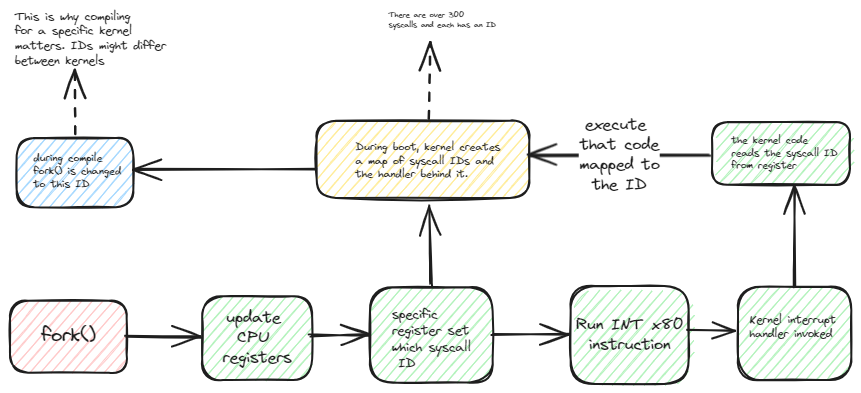
swaroopar/inprogress-engineer keeps this Excalidraw diagram as static/img/syscall-execution.excalidraw.png. Above is the earlier version. Source tidied: one line per element, renumbered; positions are measured from the earlier drawing's top-left corner, leaving out a move shared by most shapes.
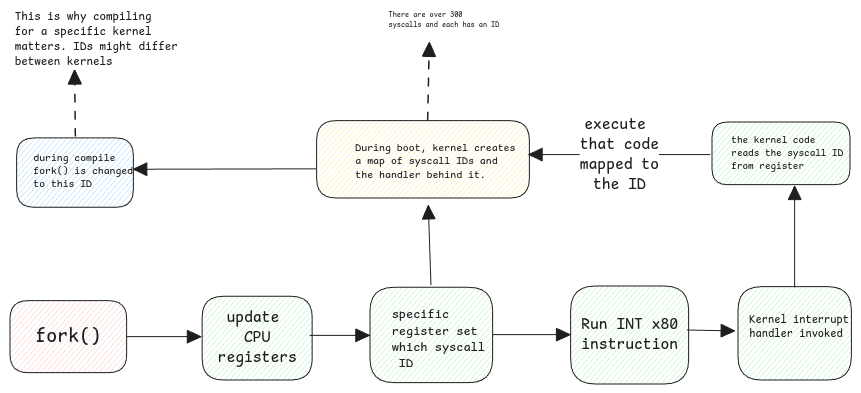
After the commit.

What changed in the source:
```diff
@@ -1,29 +1,29 @@
-{"id": 0, "type": "rectangle", "strokeColor": "#1e1e1e", "backgroundColor": "#ffc9c9", "fillStyle": "hachure", "strokeWidth": 2, "roughness": 1, "round": true, "x": 0, "y": 291, "width": 117, "height": 72}
+{"id": 0, "type": "rectangle", "strokeColor": "#1e1e1e", "backgroundColor": "#ffc9c9", "fillStyle": "hachure", "strokeWidth": 1, "roughness": 0, "round": true, "x": 0, "y": 291, "width": 117, "height": 72}
-{"id": 1, "type": "text", "text": "fork()", "strokeColor": "#1e1e1e", "strokeWidth": 2, "roughness": 1, "fontSize": 20, "fontFamily": 1, "textAlign": "center", "verticalAlign": "middle", "inside": 0, "x": 31, "y": 314, "width": 54, "height": 25}
+{"id": 1, "type": "text", "text": "fork()", "strokeColor": "#1e1e1e", "strokeWidth": 2, "roughness": 1, "fontSize": 20, "fontFamily": 8, "textAlign": "center", "verticalAlign": "middle", "inside": 0, "x": 25, "y": 314, "width": 66, "height": 25}
-{"id": 2, "type": "arrow", "strokeColor": "#1e1e1e", "strokeWidth": 2, "roughness": 1, "endArrowhead": "arrow", "round": true, "to": 3, "x": 117, "y": 327, "width": 74, "height": 0, "points": [[0, 0], [74, 0]]}
+{"id": 2, "type": "arrow", "strokeColor": "#1e1e1e", "strokeWidth": 1, "roughness": 0, "endArrowhead": "triangle", "round": true, "to": 3, "x": 117, "y": 327, "width": 74, "height": 0, "points": [[0, 0], [74, 0]]}
-{"id": 3, "type": "rectangle", "strokeColor": "#1e1e1e", "backgroundColor": "#b2f2bb", "fillStyle": "hachure", "strokeWidth": 2, "roughness": 1, "round": true, "x": 192, "y": 286, "width": 110, "height": 84}
+{"id": 3, "type": "rectangle", "strokeColor": "#1e1e1e", "backgroundColor": "#b2f2bb", "fillStyle": "hachure", "strokeWidth": 1, "roughness": 0, "round": true, "x": 192, "y": 286, "width": 110, "height": 84}
-{"id": 4, "type": "text", "text": "update \nCPU \nregisters", "strokeColor": "#1e1e1e", "strokeWidth": 2, "roughness": 1, "fontSize": 16, "fontFamily": 1, "textAlign": "center", "verticalAlign": "middle", "inside": 3, "x": 213, "y": 298, "width": 69, "height": 60}
+{"id": 4, "type": "text", "text": "update \nCPU\nregisters", "strokeColor": "#1e1e1e", "strokeWidth": 2, "roughness": 1, "fontSize": 16, "fontFamily": 8, "textAlign": "center", "verticalAlign": "middle", "inside": 3, "x": 208, "y": 298, "width": 79, "height": 60}
-{"id": 5, "type": "rectangle", "strokeColor": "#1e1e1e", "backgroundColor": "#b2f2bb", "fillStyle": "hachure", "strokeWidth": 2, "roughness": 1, "round": true, "x": 360, "y": 277, "width": 123, "height": 95}
+{"id": 5, "type": "rectangle", "strokeColor": "#1e1e1e", "backgroundColor": "#b2f2bb", "fillStyle": "hachure", "strokeWidth": 1, "roughness": 0, "round": true, "x": 360, "y": 277, "width": 123, "height": 95}
-{"id": 6, "type": "text", "text": "specific \nregister set\nwhich syscall\n ID", "strokeColor": "#1e1e1e", "strokeWidth": 2, "roughness": 1, "fontSize": 13.07, "fontFamily": 1, "x": 382, "y": 297, "width": 79, "height": 65}
+{"id": 6, "type": "text", "text": "specific \nregister set\nwhich syscall\n ID", "strokeColor": "#1e1e1e", "strokeWidth": 1, "roughness": 0, "fontSize": 13.07, "fontFamily": 8, "x": 382, "y": 297, "width": 79, "height": 65}
-{"id": 7, "type": "rectangle", "strokeColor": "#1e1e1e", "backgroundColor": "#ffec99", "fillStyle": "hachure", "strokeWidth": 2, "roughness": 1, "round": true, "x": 307, "y": 111, "width": 213, "height": 77}
+{"id": 7, "type": "rectangle", "strokeColor": "#1e1e1e", "backgroundColor": "#ffec99", "fillStyle": "hachure", "strokeWidth": 1, "roughness": 0, "round": true, "x": 307, "y": 111, "width": 213, "height": 77}
-{"id": 8, "type": "text", "text": "During boot, kernel creates\na map of syscall IDs and \nthe handler behind it. ", "strokeColor": "#1e1e1e", "strokeWidth": 2, "roughness": 1, "fontSize": 10.79, "fontFamily": 1, "x": 345, "y": 131, "width": 145, "height": 40}
+{"id": 8, "type": "text", "text": "During boot, kernel creates\na map of syscall IDs and \nthe handler behind it. ", "strokeColor": "#1e1e1e", "strokeWidth": 1, "roughness": 0, "fontSize": 10.79, "fontFamily": 8, "x": 345, "y": 131, "width": 145, "height": 40}
-{"id": 9, "type": "arrow", "strokeColor": "#1e1e1e", "strokeWidth": 2, "roughness": 1, "endArrowhead": "arrow", "round": true, "from": 7, "x": 306, "y": 159, "width": 182, "height": 0, "points": [[0, 0], [-182, 0]]}
+{"id": 9, "type": "arrow", "strokeColor": "#1e1e1e", "strokeWidth": 1, "roughness": 0, "endArrowhead": "triangle", "round": true, "from": 7, "x": 306, "y": 159, "width": 182, "height": 0, "points": [[0, 0], [-182, 0]]}
-{"id": 10, "type": "rectangle", "strokeColor": "#1e1e1e", "backgroundColor": "#a5d8ff", "fillStyle": "hachure", "strokeWidth": 2, "roughness": 1, "round": true, "x": 7, "y": 128, "width": 117, "height": 69}
+{"id": 10, "type": "rectangle", "strokeColor": "#1e1e1e", "backgroundColor": "#a5d8ff", "fillStyle": "hachure", "strokeWidth": 1, "roughness": 0, "round": true, "x": 7, "y": 128, "width": 117, "height": 69}
-{"id": 11, "type": "text", "text": "during compile\nfork() is changed\nto this ID", "strokeColor": "#1e1e1e", "strokeWidth": 2, "roughness": 1, "fontSize": 10.67, "fontFamily": 1, "x": 23, "y": 141, "width": 88, "height": 40}
+{"id": 11, "type": "text", "text": "during compile\nfork() is changed\nto this ID", "strokeColor": "#1e1e1e", "strokeWidth": 1, "roughness": 0, "fontSize": 10.67, "fontFamily": 8, "x": 23, "y": 141, "width": 88, "height": 40}
-{"id": 12, "type": "arrow", "strokeColor": "#1e1e1e", "strokeWidth": 2, "roughness": 1, "endArrowhead": "arrow", "round": true, "from": 5, "to": 7, "x": 421, "y": 275, "width": 3, "height": 79, "points": [[0, 0], [-3, -79]]}
+{"id": 12, "type": "arrow", "strokeColor": "#1e1e1e", "strokeWidth": 1, "roughness": 0, "endArrowhead": "triangle", "round": true, "from": 5, "to": 7, "x": 421, "y": 275, "width": 3, "height": 79, "points": [[0, 0], [-3, -79]]}
-{"id": 13, "type": "arrow", "strokeColor": "#1e1e1e", "strokeWidth": 2, "strokeStyle": "dashed", "roughness": 1, "endArrowhead": "arrow", "round": true, "from": 7, "to": 14, "x": 418, "y": 109, "width": 2, "height": 76, "points": [[0, 0], [2, -76]]}
+{"id": 13, "type": "arrow", "strokeColor": "#1e1e1e", "strokeWidth": 1, "strokeStyle": "dashed", "roughness": 0, "endArrowhead": "triangle", "round": true, "from": 7, "to": 14, "x": 418, "y": 110, "width": 2, "height": 77, "points": [[0, 0], [2, -77]]}
-{"id": 14, "type": "text", "text": "There are over 300\nsyscalls and each has an ID", "strokeColor": "#1e1e1e", "strokeWidth": 2, "strokeStyle": "dashed", "roughness": 1, "fontSize": 7.47, "fontFamily": 1, "x": 379, "y": 1, "width": 107, "height": 19}
+{"id": 14, "type": "text", "text": "There are over 300\nsyscalls and each has an ID", "strokeColor": "#1e1e1e", "strokeWidth": 1, "strokeStyle": "dashed", "roughness": 0, "fontSize": 7.47, "fontFamily": 8, "x": 379, "y": 1, "width": 107, "height": 19}
-{"id": 15, "type": "arrow", "strokeColor": "#1e1e1e", "strokeWidth": 2, "strokeStyle": "dashed", "roughness": 1, "endArrowhead": "arrow", "round": true, "from": 10, "to": 16, "x": 65, "y": 125, "width": 1, "height": 64, "points": [[0, 0], [-1, -64]]}
+{"id": 15, "type": "arrow", "strokeColor": "#1e1e1e", "strokeWidth": 1, "strokeStyle": "dashed", "roughness": 0, "endArrowhead": "triangle", "round": true, "from": 10, "to": 16, "x": 65, "y": 126, "width": 1, "height": 66, "points": [[0, 0], [-1, -66]]}
-{"id": 16, "type": "text", "text": "This is why compiling\nfor a specific kernel \nmatters. IDs might differ\nbetween kernels", "strokeColor": "#1e1e1e", "strokeWidth": 2, "strokeStyle": "dashed", "roughness": 1, "fontSize": 11.87, "fontFamily": 1, "x": 5, "y": 0, "width": 151, "height": 59}
+{"id": 16, "type": "text", "text": "This is why compiling\nfor a specific kernel \nmatters. IDs might differ\nbetween kernels", "strokeColor": "#1e1e1e", "strokeWidth": 1, "strokeStyle": "dashed", "roughness": 0, "fontSize": 11.87, "fontFamily": 8, "x": 5, "y": 0, "width": 151, "height": 59}
-{"id": 17, "type": "arrow", "strokeColor": "#1e1e1e", "strokeWidth": 2, "roughness": 1, "endArrowhead": "arrow", "round": true, "to": 5, "x": 300, "y": 325, "width": 59, "height": 0, "points": [[0, 0], [59, 0]]}
+{"id": 17, "type": "arrow", "strokeColor": "#1e1e1e", "strokeWidth": 1, "roughness": 0, "endArrowhead": "triangle", "round": true, "to": 5, "x": 300, "y": 325, "width": 59, "height": 0, "points": [[0, 0], [59, 0]]}
-{"id": 18, "type": "rectangle", "strokeColor": "#1e1e1e", "backgroundColor": "#b2f2bb", "fillStyle": "hachure", "strokeWidth": 2, "roughness": 1, "round": true, "x": 561, "y": 276, "width": 118, "height": 98}
+{"id": 18, "type": "rectangle", "strokeColor": "#1e1e1e", "backgroundColor": "#b2f2bb", "fillStyle": "hachure", "strokeWidth": 1, "roughness": 0, "round": true, "x": 561, "y": 276, "width": 118, "height": 98}
-{"id": 19, "type": "text", "text": "Run INT x80\ninstruction", "strokeColor": "#1e1e1e", "strokeWidth": 2, "roughness": 1, "fontSize": 16, "fontFamily": 1, "textAlign": "center", "verticalAlign": "middle", "inside": 18, "x": 566, "y": 305, "width": 108, "height": 40}
+{"id": 19, "type": "text", "text": "Run INT x80\ninstruction", "strokeColor": "#1e1e1e", "strokeWidth": 2, "roughness": 1, "fontSize": 16, "fontFamily": 8, "textAlign": "center", "verticalAlign": "middle", "inside": 18, "x": 571, "y": 305, "width": 97, "height": 40}
-{"id": 20, "type": "arrow", "strokeColor": "#1e1e1e", "strokeWidth": 2, "roughness": 1, "endArrowhead": "arrow", "round": true, "to": 18, "x": 483, "y": 325, "width": 77, "height": 0, "points": [[0, 0], [77, 0]]}
+{"id": 20, "type": "arrow", "strokeColor": "#1e1e1e", "strokeWidth": 1, "roughness": 0, "endArrowhead": "triangle", "round": true, "to": 18, "x": 483, "y": 325, "width": 77, "height": 0, "points": [[0, 0], [77, 0]]}
-{"id": 21, "type": "arrow", "strokeColor": "#1e1e1e", "strokeWidth": 2, "roughness": 1, "endArrowhead": "arrow", "round": true, "to": 23, "x": 677, "y": 320, "width": 47, "height": 1, "points": [[0, 0], [47, 1]]}
+{"id": 21, "type": "arrow", "strokeColor": "#1e1e1e", "strokeWidth": 1, "roughness": 0, "endArrowhead": "triangle", "round": true, "to": 23, "x": 677, "y": 320, "width": 47, "height": 1, "points": [[0, 0], [47, 1]]}
-{"id": 22, "type": "rectangle", "strokeColor": "#1e1e1e", "backgroundColor": "#b2f2bb", "fillStyle": "hachure", "strokeWidth": 2, "roughness": 1, "round": true, "x": 728, "y": 277, "width": 113, "height": 93}
+{"id": 22, "type": "rectangle", "strokeColor": "#1e1e1e", "backgroundColor": "#b2f2bb", "fillStyle": "hachure", "strokeWidth": 1, "roughness": 0, "round": true, "x": 728, "y": 277, "width": 113, "height": 93}
-{"id": 23, "type": "text", "text": "Kernel interrupt \nhandler invoked", "strokeColor": "#1e1e1e", "strokeWidth": 2, "roughness": 1, "fontSize": 11.34, "fontFamily": 1, "x": 739, "y": 303, "width": 92, "height": 28}
+{"id": 23, "type": "text", "text": "Kernel interrupt \nhandler invoked", "strokeColor": "#1e1e1e", "strokeWidth": 1, "roughness": 0, "fontSize": 11.34, "fontFamily": 8, "x": 739, "y": 303, "width": 92, "height": 28}
-{"id": 24, "type": "rectangle", "strokeColor": "#1e1e1e", "backgroundColor": "#b2f2bb", "fillStyle": "hachure", "strokeWidth": 2, "roughness": 1, "round": true, "x": 702, "y": 112, "width": 138, "height": 63}
+{"id": 24, "type": "rectangle", "strokeColor": "#1e1e1e", "backgroundColor": "#b2f2bb", "fillStyle": "hachure", "strokeWidth": 1, "roughness": 0, "round": true, "x": 702, "y": 112, "width": 138, "height": 63}
-{"id": 25, "type": "text", "text": "the kernel code\nreads the syscall ID\nfrom register", "strokeColor": "#1e1e1e", "strokeWidth": 2, "roughness": 1, "fontSize": 10.19, "fontFamily": 1, "x": 721, "y": 124, "width": 106, "height": 38}
+{"id": 25, "type": "text", "text": "the kernel code\nreads the syscall ID\nfrom register", "strokeColor": "#1e1e1e", "strokeWidth": 1, "roughness": 0, "fontSize": 10.19, "fontFamily": 8, "x": 721, "y": 124, "width": 106, "height": 38}
-{"id": 26, "type": "arrow", "strokeColor": "#1e1e1e", "strokeWidth": 2, "roughness": 1, "endArrowhead": "arrow", "round": true, "from": 24, "x": 700, "y": 145, "width": 181, "height": 0, "points": [[0, 0], [-181, 0]]}
+{"id": 26, "type": "arrow", "strokeColor": "#1e1e1e", "strokeWidth": 1, "roughness": 0, "endArrowhead": "triangle", "round": true, "from": 24, "x": 700, "y": 145, "width": 181, "height": 0, "points": [[0, 0], [-181, 0]]}
-{"id": 27, "type": "text", "text": "execute \nthat code\nmapped to\nthe ID", "strokeColor": "#1e1e1e", "strokeWidth": 2, "roughness": 1, "fontSize": 16, "fontFamily": 1, "textAlign": "center", "verticalAlign": "middle", "inside": 26, "x": 569, "y": 105, "width": 80, "height": 80}
+{"id": 27, "type": "text", "text": "execute \nthat code\nmapped to\nthe ID", "strokeColor": "#1e1e1e", "strokeWidth": 2, "roughness": 1, "fontSize": 16, "fontFamily": 8, "textAlign": "center", "verticalAlign": "middle", "inside": 26, "x": 570, "y": 105, "width": 79, "height": 80}
-{"id": 28, "type": "arrow", "strokeColor": "#1e1e1e", "backgroundColor": "#b2f2bb", "fillStyle": "hachure", "strokeWidth": 2, "roughness": 1, "endArrowhead": "arrow", "round": true, "to": 24, "x": 785, "y": 277, "width": 0, "height": 101, "points": [[0, 0], [0, -101]]}
+{"id": 28, "type": "arrow", "strokeColor": "#1e1e1e", "backgroundColor": "#b2f2bb", "fillStyle": "hachure", "strokeWidth": 1, "roughness": 0, "endArrowhead": "triangle", "round": true, "to": 24, "x": 785, "y": 277, "width": 0, "height": 101, "points": [[0, 0], [0, -101]]}
```
